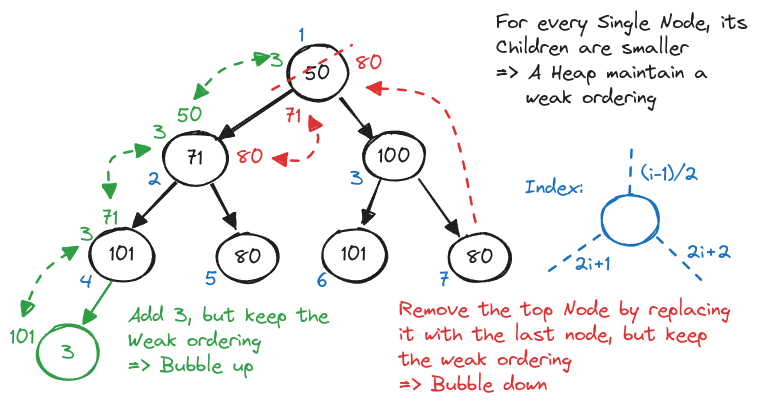
Earlier version of the Excalidraw export docs/heap/images/heap.excalidraw.png (ThomasCode92/fem-algorithms). Source tidied: one line per element, renumbered; positions are measured from the earlier drawing's top-left corner, leaving out a move shared by most shapes.
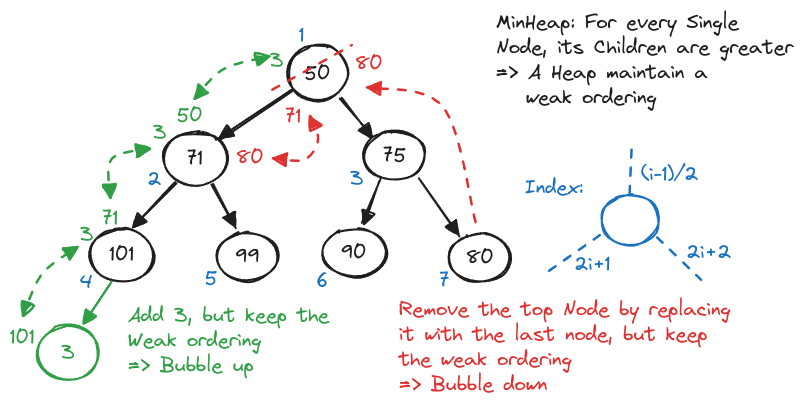
After the change.

Commit message:
Correct Heap Schema

Diff of the diagram source:
```diff
@@ -4,21 +4,21 @@
 {"id": 3, "type": "text", "text": "71", "strokeColor": "#1e1e1e", "strokeWidth": 2, "roughness": 1, "fontSize": 20, "fontFamily": 1, "textAlign": "center", "verticalAlign": "middle", "inside": 2, "x": 177, "y": 136, "width": 16, "height": 25}
 {"id": 4, "type": "ellipse", "strokeColor": "#1e1e1e", "strokeWidth": 2, "roughness": 1, "round": true, "x": 80, "y": 218, "width": 64, "height": 54}
 {"id": 5, "type": "text", "text": "101", "strokeColor": "#1e1e1e", "strokeWidth": 2, "roughness": 1, "fontSize": 20, "fontFamily": 1, "textAlign": "center", "verticalAlign": "middle", "inside": 4, "x": 100, "y": 232, "width": 25, "height": 25}
-{"id": 6, "type": "ellipse", "strokeColor": "#1e1e1e", "strokeWidth": 2, "roughness": 1, "round": true, "x": 312, "y": 218, "width": 64, "height": 54}
+{"id": 6, "type": "ellipse", "strokeColor": "#1e1e1e", "strokeWidth": 2, "roughness": 1, "round": true, "x": 312, "y": 218, "width": 64, "height": 49}
-{"id": 7, "type": "text", "text": "101", "strokeColor": "#1e1e1e", "strokeWidth": 2, "roughness": 1, "fontSize": 20, "fontFamily": 1, "textAlign": "center", "verticalAlign": "middle", "inside": 6, "x": 332, "y": 232, "width": 25, "height": 25}
+{"id": 7, "type": "text", "text": "90", "strokeColor": "#1e1e1e", "strokeWidth": 2, "roughness": 1, "fontSize": 20, "fontFamily": 1, "textAlign": "center", "verticalAlign": "middle", "inside": 6, "x": 331, "y": 230, "width": 26, "height": 25}
-{"id": 8, "type": "ellipse", "strokeColor": "#1e1e1e", "strokeWidth": 2, "roughness": 1, "round": true, "x": 354, "y": 122, "width": 61, "height": 49}
+{"id": 8, "type": "ellipse", "strokeColor": "#1e1e1e", "strokeWidth": 2, "roughness": 1, "round": true, "x": 354, "y": 121, "width": 61, "height": 49}
-{"id": 9, "type": "text", "text": "100", "strokeColor": "#1e1e1e", "strokeWidth": 2, "roughness": 1, "fontSize": 20, "fontFamily": 1, "textAlign": "center", "verticalAlign": "middle", "inside": 8, "x": 368, "y": 134, "width": 33, "height": 25}
+{"id": 9, "type": "text", "text": "75", "strokeColor": "#1e1e1e", "strokeWidth": 2, "roughness": 1, "fontSize": 20, "fontFamily": 1, "textAlign": "center", "verticalAlign": "middle", "inside": 8, "x": 373, "y": 133, "width": 23, "height": 25}
-{"id": 10, "type": "ellipse", "strokeColor": "#1e1e1e", "strokeWidth": 2, "roughness": 1, "round": true, "x": 207, "y": 223, "width": 61, "height": 49}
+{"id": 10, "type": "ellipse", "strokeColor": "#1e1e1e", "strokeWidth": 2, "roughness": 1, "round": true, "x": 207, "y": 222, "width": 61, "height": 49}
-{"id": 11, "type": "text", "text": "80", "strokeColor": "#1e1e1e", "strokeWidth": 2, "roughness": 1, "fontSize": 20, "fontFamily": 1, "textAlign": "center", "verticalAlign": "middle", "inside": 10, "x": 223, "y": 235, "width": 29, "height": 25}
+{"id": 11, "type": "text", "text": "99", "strokeColor": "#1e1e1e", "strokeWidth": 2, "roughness": 1, "fontSize": 20, "fontFamily": 1, "textAlign": "center", "verticalAlign": "middle", "inside": 10, "x": 225, "y": 234, "width": 24, "height": 25}
 {"id": 12, "type": "ellipse", "strokeColor": "#1e1e1e", "strokeWidth": 2, "roughness": 1, "round": true, "x": 439, "y": 223, "width": 61, "height": 49}
 {"id": 13, "type": "text", "text": "80", "strokeColor": "#1e1e1e", "strokeWidth": 2, "roughness": 1, "fontSize": 20, "fontFamily": 1, "textAlign": "center", "verticalAlign": "middle", "inside": 12, "x": 455, "y": 235, "width": 29, "height": 25}
 {"id": 14, "type": "arrow", "strokeColor": "#1e1e1e", "strokeWidth": 2, "roughness": 1, "endArrowhead": "triangle", "round": true, "from": 0, "to": 2, "x": 283, "y": 80, "width": 73, "height": 49, "points": [[0, 0], [-73, 49]]}
 {"id": 15, "type": "arrow", "strokeColor": "#1e1e1e", "strokeWidth": 2, "roughness": 1, "endArrowhead": "triangle", "round": true, "from": 0, "to": 8, "x": 330, "y": 88, "width": 32, "height": 38, "points": [[0, 0], [32, 38]]}
 {"id": 16, "type": "arrow", "strokeColor": "#1e1e1e", "strokeWidth": 2, "roughness": 1, "endArrowhead": "triangle", "round": true, "from": 2, "to": 4, "x": 167, "y": 173, "width": 42, "height": 43, "points": [[0, 0], [-42, 43]]}
-{"id": 17, "type": "arrow", "strokeColor": "#1e1e1e", "strokeWidth": 2, "roughness": 1, "endArrowhead": "triangle", "round": true, "from": 2, "to": 10, "x": 202, "y": 174, "width": 24, "height": 45, "points": [[0, 0], [24, 45]]}
+{"id": 17, "type": "arrow", "strokeColor": "#1e1e1e", "strokeWidth": 2, "roughness": 1, "endArrowhead": "triangle", "round": true, "from": 2, "to": 10, "x": 202, "y": 173, "width": 23, "height": 44, "points": [[0, 0], [23, 44]]}
-{"id": 18, "type": "text", "text": "For every Single Node, its\nChildren are smaller\n=> A Heap maintain a\n   weak ordering", "strokeColor": "#1e1e1e", "strokeWidth": 2, "roughness": 1, "fontSize": 20, "fontFamily": 1, "x": 486, "y": 0, "width": 252, "height": 100}
+{"id": 18, "type": "text", "text": "MinHeap: For every Single\nNode, its Children are greater\n=> A Heap maintain a\n   weak ordering", "strokeColor": "#1e1e1e", "strokeWidth": 2, "roughness": 1, "fontSize": 20, "fontFamily": 1, "x": 486, "y": 0, "width": 297, "height": 100}
-{"id": 19, "type": "arrow", "strokeColor": "#1e1e1e", "strokeWidth": 2, "roughness": 1, "endArrowhead": "triangle", "round": true, "from": 8, "to": 6, "x": 370, "y": 171, "width": 17, "height": 42, "points": [[0, 0], [-17, 42]]}
+{"id": 19, "type": "arrow", "strokeColor": "#1e1e1e", "strokeWidth": 2, "roughness": 1, "endArrowhead": "triangle", "round": true, "from": 8, "to": 6, "x": 370, "y": 170, "width": 17, "height": 43, "points": [[0, 0], [-17, 43]]}
-{"id": 20, "type": "arrow", "strokeColor": "#1e1e1e", "strokeWidth": 2, "roughness": 1, "endArrowhead": "triangle", "round": true, "from": 8, "to": 12, "x": 410, "y": 170, "width": 39, "height": 56, "points": [[0, 0], [39, 56]]}
+{"id": 20, "type": "arrow", "strokeColor": "#1e1e1e", "strokeWidth": 2, "roughness": 1, "endArrowhead": "triangle", "round": true, "from": 8, "to": 12, "x": 410, "y": 169, "width": 39, "height": 57, "points": [[0, 0], [39, 57]]}
 {"id": 21, "type": "arrow", "strokeColor": "#2f9e44", "strokeWidth": 2, "roughness": 1, "endArrowhead": "triangle", "round": true, "from": 4, "to": 22, "x": 101, "y": 272, "width": 26, "height": 40, "points": [[0, 0], [-26, 40]]}
 {"id": 22, "type": "ellipse", "strokeColor": "#2f9e44", "strokeWidth": 2, "roughness": 1, "round": true, "x": 27, "y": 315, "width": 62, "height": 55}
 {"id": 23, "type": "text", "text": "3", "strokeColor": "#2f9e44", "strokeWidth": 2, "roughness": 1, "fontSize": 20, "fontFamily": 1, "textAlign": "center", "verticalAlign": "middle", "inside": 22, "x": 51, "y": 330, "width": 14, "height": 25}
```
